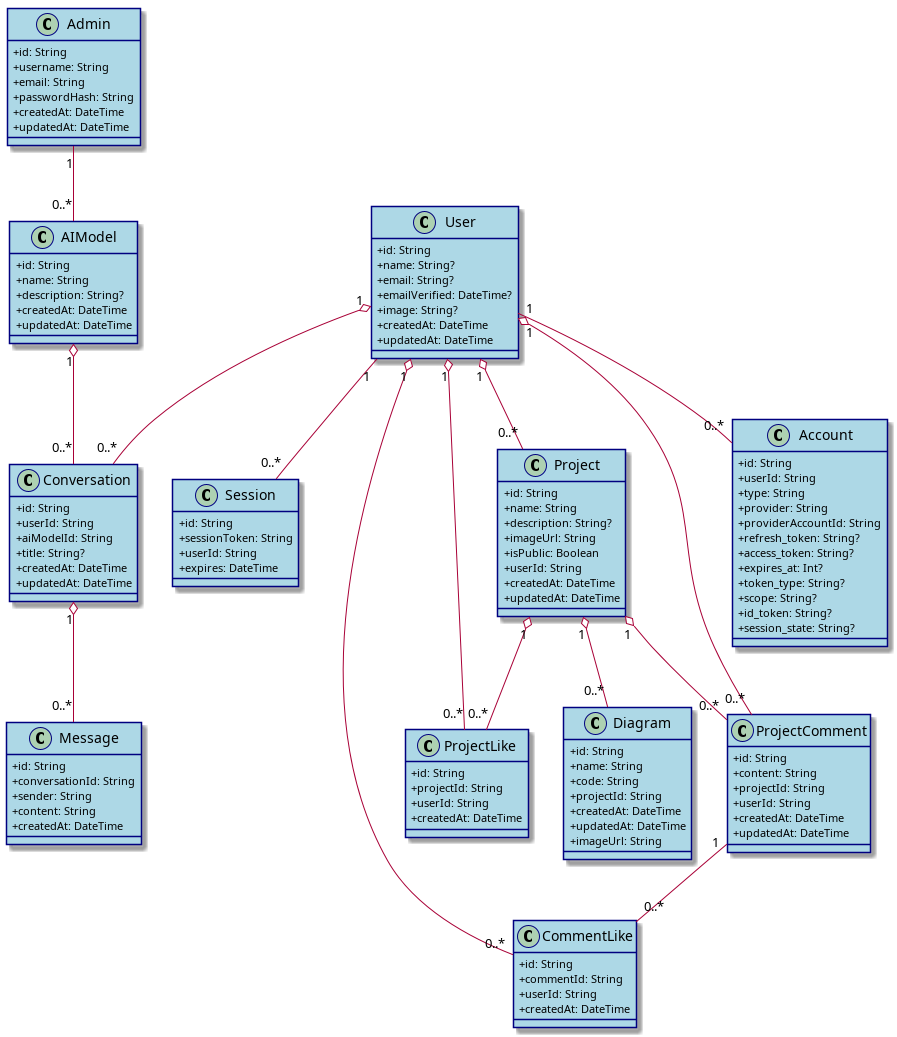
Earlier version of the PlantUML export diagrams/class/g1.png (souhaib-askri/report_pfe). Its source is kept beside it as diagrams/class/g1.puml.
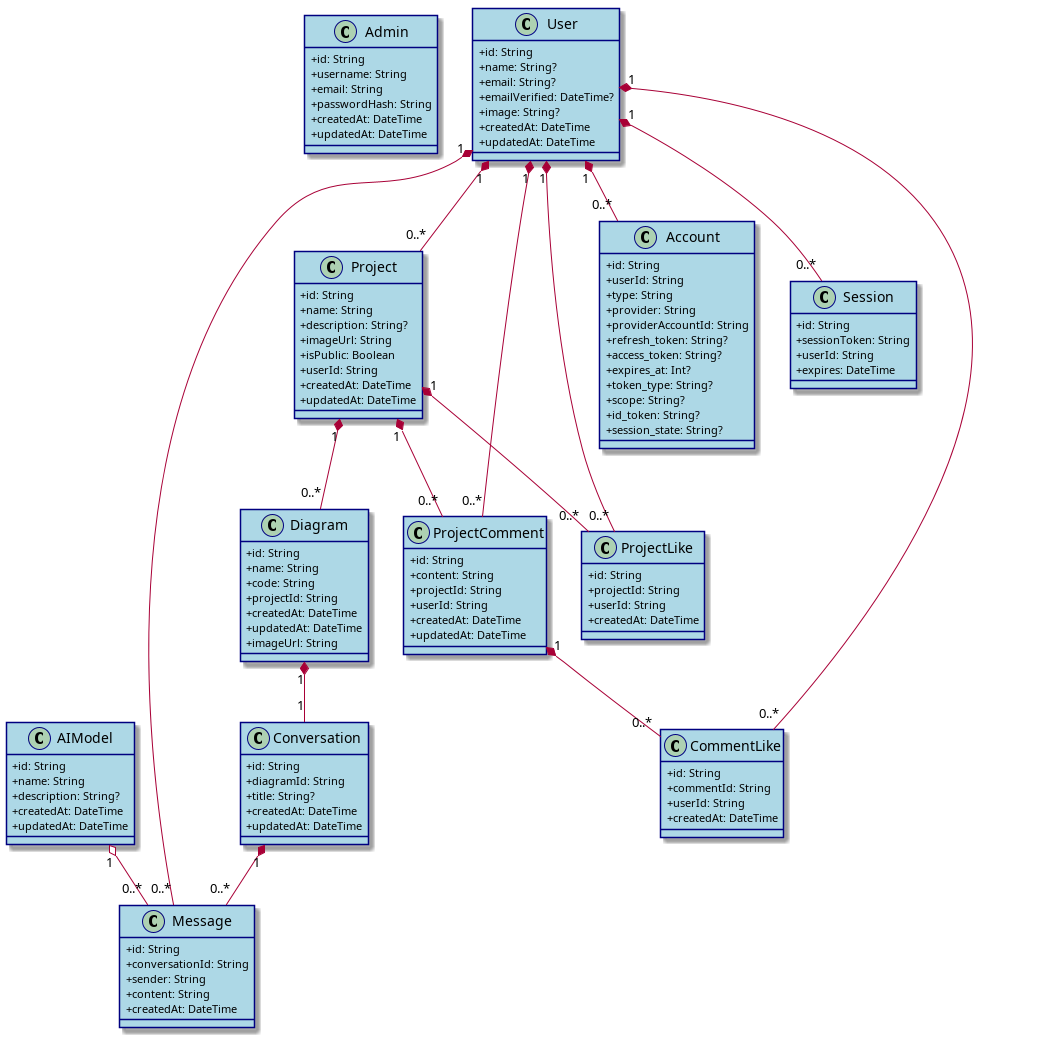
Above is the later version.

The edit, as a diff of the source:
```diff
@@ -1,4 +1,5 @@
 @startuml
+
 skinparam classAttributeIconSize 0
 skinparam classBackgroundColor LightBlue
 skinparam classBorderColor Navy
@@ -24,8 +25,7 @@
 
 class Conversation {
   + id: String
-  + userId: String
-  + aiModelId: String
+  + diagramId: String
   + title: String?
   + createdAt: DateTime
   + updatedAt: DateTime
@@ -115,18 +115,21 @@
   + createdAt: DateTime
 }
 
-Admin "1" -- "0..*" AIModel
-AIModel "1" o-- "0..*" Conversation
-Conversation "1" o-- "0..*" Message
-User "1" -- "0..*" Account
-User "1" -- "0..*" Session
-User "1" o-- "0..*" Conversation
-User "1" o-- "0..*" Project
-User "1" o-- "0..*" ProjectComment
-User "1" o-- "0..*" ProjectLike
-User "1" o-- "0..*" CommentLike
-Project "1" o-- "0..*" Diagram
-Project "1" o-- "0..*" ProjectComment
-Project "1" o-- "0..*" ProjectLike
-ProjectComment "1" -- "0..*" CommentLike
+
+User "1" *-- "0..*" Account
+User "1" *-- "0..*" Session
+User "1" *-- "0..*" Message
+User "1" *-- "0..*" Project
+User "1" *-- "0..*" ProjectComment
+User "1" *-- "0..*" ProjectLike
+User "1" *-- "0..*" CommentLike
+ProjectComment "1" *-- "0..*" CommentLike
+
+AIModel "1" o-- "0..*" Message
+Conversation "1" *-- "0..*" Message
+Project "1" *-- "0..*" Diagram
+Project "1" *-- "0..*" ProjectComment
+Project "1" *-- "0..*" ProjectLike
+Diagram "1" *-- "1" Conversation
+
 @enduml
```
